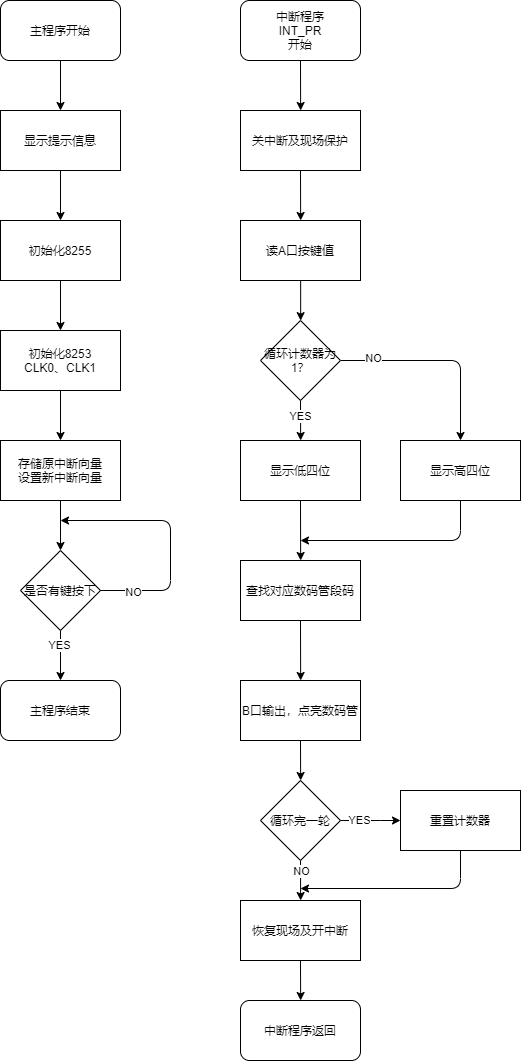
The draw.io diagram flow chart/basic_program.png in stevenwwl/Microcomputer-Design-, before a commit. Source tidied: cells renumbered, new cells last; positions are measured from the earlier drawing's top-left corner, leaving out a move shared by most shapes. Its diagram source:
```xml
<mxGraphModel>
  <root>
    <mxCell id="0" />
    <mxCell id="1" parent="0" />
    <mxCell id="2" style="edgeStyle=orthogonalEdgeStyle;jettySize=auto;html=1;exitDx=0;exitDy=0;entryDx=0;entryDy=0;noEdgeStyle=1;orthogonal=1;" parent="1" edge="1" source="3" target="5">
      <mxGeometry relative="1" as="geometry" />
    </mxCell>
    <mxCell id="3" value="主程序开始" style="whiteSpace=wrap;html=1;rounded=1;" parent="1" vertex="1">
      <mxGeometry width="120" height="60" as="geometry" />
    </mxCell>
    <mxCell id="4" style="edgeStyle=orthogonalEdgeStyle;jettySize=auto;html=1;noEdgeStyle=1;orthogonal=1;" parent="1" edge="1" source="5" target="7">
      <mxGeometry relative="1" as="geometry" />
    </mxCell>
    <mxCell id="5" value="显示提示信息" style="whiteSpace=wrap;html=1;" parent="1" vertex="1">
      <mxGeometry y="110" width="120" height="60" as="geometry" />
    </mxCell>
    <mxCell id="6" style="edgeStyle=orthogonalEdgeStyle;jettySize=auto;html=1;noEdgeStyle=1;orthogonal=1;" parent="1" edge="1" source="7" target="9">
      <mxGeometry relative="1" as="geometry" />
    </mxCell>
    <mxCell id="7" value="初始化8255" style="whiteSpace=wrap;html=1;" parent="1" vertex="1">
      <mxGeometry y="220" width="120" height="60" as="geometry" />
    </mxCell>
    <mxCell id="8" style="edgeStyle=orthogonalEdgeStyle;jettySize=auto;html=1;noEdgeStyle=1;orthogonal=1;" parent="1" edge="1" source="9" target="11">
      <mxGeometry relative="1" as="geometry" />
    </mxCell>
    <mxCell id="9" value="初始化8253&lt;br&gt;CLK0、CLK1" style="whiteSpace=wrap;html=1;" parent="1" vertex="1">
      <mxGeometry y="330" width="120" height="60" as="geometry" />
    </mxCell>
    <mxCell id="10" style="edgeStyle=orthogonalEdgeStyle;jettySize=auto;html=1;noEdgeStyle=1;orthogonal=1;" parent="1" edge="1" source="11" target="14">
      <mxGeometry relative="1" as="geometry" />
    </mxCell>
    <mxCell id="11" value="存储原中断向量&lt;br&gt;设置新中断向量" style="whiteSpace=wrap;html=1;" parent="1" vertex="1">
      <mxGeometry y="440" width="120" height="60" as="geometry" />
    </mxCell>
    <mxCell id="12" style="edgeStyle=orthogonalEdgeStyle;jettySize=auto;html=1;exitDx=0;exitDy=0;entryDx=0;entryDy=0;noEdgeStyle=1;orthogonal=1;" parent="1" edge="1" source="14" target="15">
      <mxGeometry relative="1" as="geometry" />
    </mxCell>
    <mxCell id="13" value="YES" style="edgeLabel;html=1;align=center;verticalAlign=middle;" parent="12" vertex="1">
      <mxGeometry x="-0.44" y="-1" relative="1" as="geometry" />
    </mxCell>
    <mxCell id="14" value="是否有键按下" style="rhombus;whiteSpace=wrap;html=1;" parent="1" vertex="1">
      <mxGeometry x="20" y="550" width="80" height="80" as="geometry" />
    </mxCell>
    <mxCell id="15" value="主程序结束" style="whiteSpace=wrap;html=1;rounded=1;" parent="1" vertex="1">
      <mxGeometry y="680" width="120" height="60" as="geometry" />
    </mxCell>
    <mxCell id="16" style="endArrow=classic;html=1;exitX=1;exitY=0.5;exitDx=0;exitDy=0;edgeStyle=elbowEdgeStyle;" parent="1" edge="1" source="14">
      <mxGeometry relative="1" as="geometry">
        <mxPoint x="60" y="520" as="targetPoint" />
        <Array as="points">
          <mxPoint x="170" y="560" />
        </Array>
      </mxGeometry>
    </mxCell>
    <mxCell id="17" value="NO" style="edgeLabel;html=1;align=center;verticalAlign=middle;" parent="16" vertex="1">
      <mxGeometry x="-0.73" y="-2" relative="1" as="geometry" />
    </mxCell>
    <mxCell id="18" style="edgeStyle=elbowEdgeStyle;jettySize=auto;html=1;exitX=0.5;exitY=1;exitDx=0;exitDy=0;entryX=0.5;entryY=0;entryDx=0;entryDy=0;" parent="1" edge="1" source="19" target="21">
      <mxGeometry relative="1" as="geometry" />
    </mxCell>
    <mxCell id="19" value="中断程序&lt;br&gt;INT_PR&lt;br&gt;开始" style="whiteSpace=wrap;html=1;rounded=1;" parent="1" vertex="1">
      <mxGeometry x="240" width="120" height="60" as="geometry" />
    </mxCell>
    <mxCell id="20" style="edgeStyle=elbowEdgeStyle;jettySize=auto;html=1;exitX=0.5;exitY=1;exitDx=0;exitDy=0;entryX=0.5;entryY=0;entryDx=0;entryDy=0;" parent="1" edge="1" source="21" target="23">
      <mxGeometry relative="1" as="geometry" />
    </mxCell>
    <mxCell id="21" value="关中断及现场保护" style="whiteSpace=wrap;html=1;" parent="1" vertex="1">
      <mxGeometry x="240" y="110" width="120" height="60" as="geometry" />
    </mxCell>
    <mxCell id="22" style="edgeStyle=elbowEdgeStyle;jettySize=auto;html=1;" parent="1" edge="1" source="23" target="28">
      <mxGeometry relative="1" as="geometry" />
    </mxCell>
    <mxCell id="23" value="读A口按键值" style="whiteSpace=wrap;html=1;" parent="1" vertex="1">
      <mxGeometry x="240" y="220" width="120" height="60" as="geometry" />
    </mxCell>
    <mxCell id="24" style="edgeStyle=elbowEdgeStyle;jettySize=auto;html=1;exitX=0.5;exitY=1;exitDx=0;exitDy=0;entryX=0.5;entryY=0;entryDx=0;entryDy=0;" parent="1" edge="1" source="28" target="30">
      <mxGeometry relative="1" as="geometry" />
    </mxCell>
    <mxCell id="25" value="YES" style="edgeLabel;html=1;align=center;verticalAlign=middle;" parent="24" vertex="1">
      <mxGeometry x="-0.25" relative="1" as="geometry" />
    </mxCell>
    <mxCell id="26" style="edgeStyle=elbowEdgeStyle;jettySize=auto;html=1;exitX=1;exitY=0.5;exitDx=0;exitDy=0;entryX=0.5;entryY=0;entryDx=0;entryDy=0;" parent="1" edge="1" source="28" target="32">
      <mxGeometry relative="1" as="geometry">
        <Array as="points">
          <mxPoint x="460" y="390" />
        </Array>
      </mxGeometry>
    </mxCell>
    <mxCell id="27" value="NO" style="edgeLabel;html=1;align=center;verticalAlign=middle;" parent="26" vertex="1">
      <mxGeometry x="-0.67" y="2" relative="1" as="geometry" />
    </mxCell>
    <mxCell id="28" value="循环计数器为1？" style="rhombus;whiteSpace=wrap;html=1;" parent="1" vertex="1">
      <mxGeometry x="260" y="320" width="80" height="80" as="geometry" />
    </mxCell>
    <mxCell id="29" style="edgeStyle=elbowEdgeStyle;jettySize=auto;html=1;exitX=0.5;exitY=1;exitDx=0;exitDy=0;entryX=0.5;entryY=0;entryDx=0;entryDy=0;" parent="1" edge="1" source="30" target="34">
      <mxGeometry relative="1" as="geometry" />
    </mxCell>
    <mxCell id="30" value="显示低四位" style="whiteSpace=wrap;html=1;" parent="1" vertex="1">
      <mxGeometry x="240" y="440" width="120" height="60" as="geometry" />
    </mxCell>
    <mxCell id="31" style="edgeStyle=elbowEdgeStyle;jettySize=auto;html=1;exitX=0.5;exitY=1;exitDx=0;exitDy=0;" parent="1" edge="1" source="32">
      <mxGeometry relative="1" as="geometry">
        <mxPoint x="300" y="540" as="targetPoint" />
        <Array as="points">
          <mxPoint x="460" y="530" />
          <mxPoint x="430" y="530" />
        </Array>
      </mxGeometry>
    </mxCell>
    <mxCell id="32" value="显示高四位" style="whiteSpace=wrap;html=1;" parent="1" vertex="1">
      <mxGeometry x="400" y="440" width="120" height="60" as="geometry" />
    </mxCell>
    <mxCell id="33" style="edgeStyle=elbowEdgeStyle;jettySize=auto;html=1;exitX=0.5;exitY=1;exitDx=0;exitDy=0;entryX=0.5;entryY=0;entryDx=0;entryDy=0;" parent="1" edge="1" source="34" target="36">
      <mxGeometry relative="1" as="geometry" />
    </mxCell>
    <mxCell id="34" value="查找对应数码管段码" style="whiteSpace=wrap;html=1;" parent="1" vertex="1">
      <mxGeometry x="240" y="560" width="120" height="60" as="geometry" />
    </mxCell>
    <mxCell id="35" style="edgeStyle=elbowEdgeStyle;jettySize=auto;html=1;exitX=0.5;exitY=1;exitDx=0;exitDy=0;entryX=0.5;entryY=0;entryDx=0;entryDy=0;" parent="1" edge="1" source="36" target="41">
      <mxGeometry relative="1" as="geometry" />
    </mxCell>
    <mxCell id="36" value="B口输出，点亮数码管" style="whiteSpace=wrap;html=1;" parent="1" vertex="1">
      <mxGeometry x="240" y="680" width="120" height="60" as="geometry" />
    </mxCell>
    <mxCell id="37" style="edgeStyle=elbowEdgeStyle;jettySize=auto;html=1;exitX=1;exitY=0.5;exitDx=0;exitDy=0;entryX=0;entryY=0.5;entryDx=0;entryDy=0;" parent="1" edge="1" source="41" target="43">
      <mxGeometry relative="1" as="geometry" />
    </mxCell>
    <mxCell id="38" value="YES" style="edgeLabel;html=1;align=center;verticalAlign=middle;" parent="37" vertex="1">
      <mxGeometry x="-0.37" relative="1" as="geometry" />
    </mxCell>
    <mxCell id="39" style="edgeStyle=elbowEdgeStyle;jettySize=auto;html=1;exitX=0.5;exitY=1;exitDx=0;exitDy=0;entryX=0.5;entryY=0;entryDx=0;entryDy=0;" parent="1" edge="1" source="41" target="45">
      <mxGeometry relative="1" as="geometry" />
    </mxCell>
    <mxCell id="40" value="NO" style="edgeLabel;html=1;align=center;verticalAlign=middle;" parent="39" vertex="1">
      <mxGeometry x="-0.65" y="1" relative="1" as="geometry">
        <mxPoint y="4" as="offset" />
      </mxGeometry>
    </mxCell>
    <mxCell id="41" value="循环完一轮" style="rhombus;whiteSpace=wrap;html=1;" parent="1" vertex="1">
      <mxGeometry x="260" y="780" width="80" height="80" as="geometry" />
    </mxCell>
    <mxCell id="42" style="edgeStyle=elbowEdgeStyle;jettySize=auto;html=1;exitX=0.5;exitY=1;exitDx=0;exitDy=0;" parent="1" edge="1" source="43">
      <mxGeometry relative="1" as="geometry">
        <mxPoint x="300" y="888" as="targetPoint" />
        <Array as="points">
          <mxPoint x="460" y="870" />
        </Array>
      </mxGeometry>
    </mxCell>
    <mxCell id="43" value="重置计数器" style="whiteSpace=wrap;html=1;" parent="1" vertex="1">
      <mxGeometry x="400" y="790" width="120" height="60" as="geometry" />
    </mxCell>
    <mxCell id="44" style="edgeStyle=elbowEdgeStyle;jettySize=auto;html=1;exitX=0.5;exitY=1;exitDx=0;exitDy=0;entryX=0.5;entryY=0;entryDx=0;entryDy=0;" parent="1" edge="1" source="45" target="46">
      <mxGeometry relative="1" as="geometry" />
    </mxCell>
    <mxCell id="45" value="恢复现场及开中断" style="whiteSpace=wrap;html=1;" parent="1" vertex="1">
      <mxGeometry x="240" y="900" width="120" height="60" as="geometry" />
    </mxCell>
    <mxCell id="46" value="中断程序返回" style="whiteSpace=wrap;html=1;rounded=1;glass=0;shadow=0;sketch=0;" parent="1" vertex="1">
      <mxGeometry x="240" y="1000" width="120" height="60" as="geometry" />
    </mxCell>
  </root>
</mxGraphModel>
```
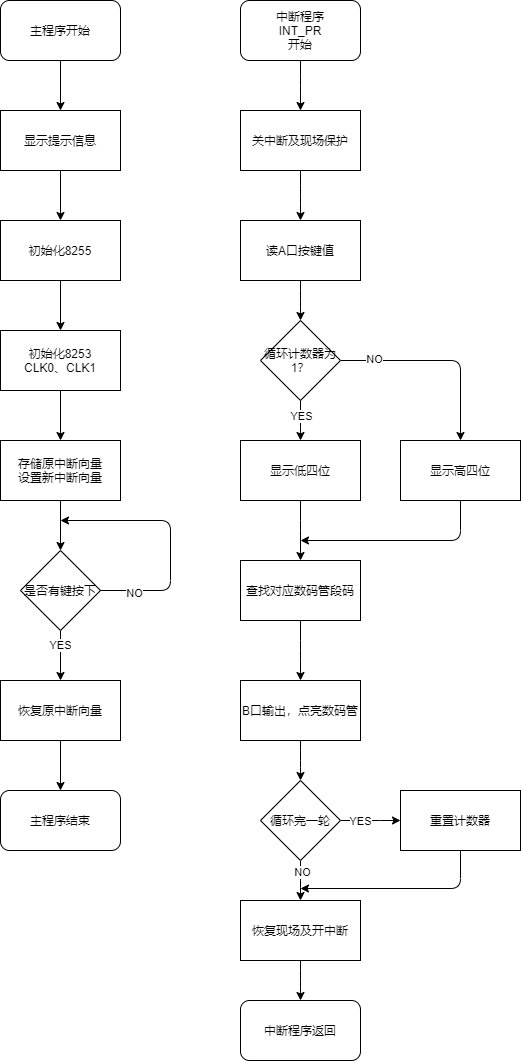
The same file after the commit.

Commit message:
update flow chart

The edit, as a diff of the source:
```diff
@@ -32,7 +32,7 @@
     <mxCell id="11" value="存储原中断向量&lt;br&gt;设置新中断向量" style="whiteSpace=wrap;html=1;" parent="1" vertex="1">
       <mxGeometry y="440" width="120" height="60" as="geometry" />
     </mxCell>
-    <mxCell id="12" style="edgeStyle=orthogonalEdgeStyle;jettySize=auto;html=1;exitDx=0;exitDy=0;entryDx=0;entryDy=0;noEdgeStyle=1;orthogonal=1;" parent="1" edge="1" source="14" target="15">
+    <mxCell id="12" style="edgeStyle=orthogonalEdgeStyle;jettySize=auto;html=1;exitDx=0;exitDy=0;noEdgeStyle=1;orthogonal=1;entryX=0.5;entryY=0;entryDx=0;entryDy=0;" parent="1" edge="1" source="14" target="48">
       <mxGeometry relative="1" as="geometry" />
     </mxCell>
     <mxCell id="13" value="YES" style="edgeLabel;html=1;align=center;verticalAlign=middle;" parent="12" vertex="1">
@@ -42,7 +42,7 @@
       <mxGeometry x="20" y="550" width="80" height="80" as="geometry" />
     </mxCell>
     <mxCell id="15" value="主程序结束" style="whiteSpace=wrap;html=1;rounded=1;" parent="1" vertex="1">
-      <mxGeometry y="680" width="120" height="60" as="geometry" />
+      <mxGeometry y="790" width="120" height="60" as="geometry" />
     </mxCell>
     <mxCell id="16" style="endArrow=classic;html=1;exitX=1;exitY=0.5;exitDx=0;exitDy=0;edgeStyle=elbowEdgeStyle;" parent="1" edge="1" source="14">
       <mxGeometry relative="1" as="geometry">
@@ -159,5 +159,11 @@
     <mxCell id="46" value="中断程序返回" style="whiteSpace=wrap;html=1;rounded=1;glass=0;shadow=0;sketch=0;" parent="1" vertex="1">
       <mxGeometry x="240" y="1000" width="120" height="60" as="geometry" />
     </mxCell>
+    <mxCell id="47" style="edgeStyle=orthogonalEdgeStyle;rounded=0;jettySize=auto;html=1;exitX=0.5;exitY=1;exitDx=0;exitDy=0;entryX=0.5;entryY=0;entryDx=0;entryDy=0;" parent="1" edge="1" source="48" target="15">
+      <mxGeometry relative="1" as="geometry" />
+    </mxCell>
+    <mxCell id="48" value="恢复原中断向量" style="rounded=0;whiteSpace=wrap;html=1;" parent="1" vertex="1">
+      <mxGeometry y="680" width="120" height="60" as="geometry" />
+    </mxCell>
   </root>
 </mxGraphModel>
```
